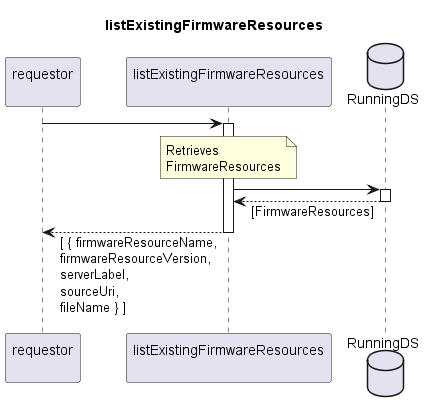
Before: spec/Services/listExistingFirmwareResources/1.0.0/listExistingFirmwareResources.png, a diagram exported from PlantUML (openBackhaul/FirmWareManager).
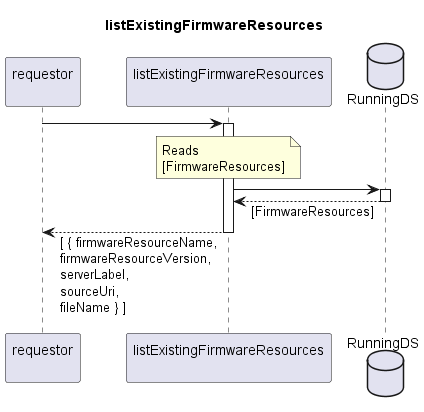
After the commit.

The edit, as a diff of the source:
```diff
@@ -13,8 +13,8 @@
 activate indServ
 
   note over indServ
-    Retrieves
-    FirmwareResources
+    Reads
+    [FirmwareResources]
   end note
   indServ -> RunDS
   activate RunDS
```
